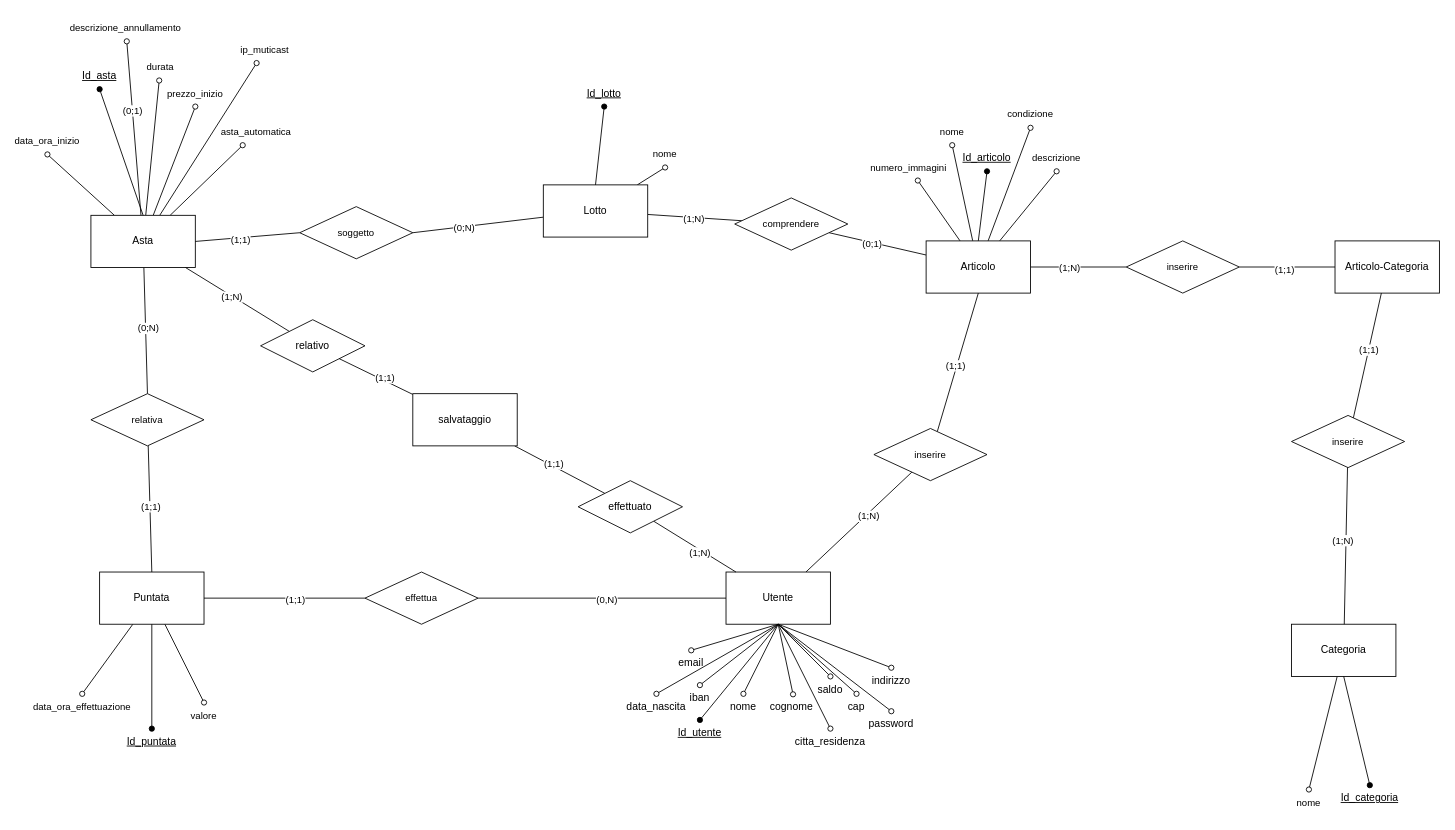
This is documenti/Schema_ER.drawio from Chaos-Rat/GAO, a draw.io file, before an edit. Source tidied: cells renumbered, new cells numbered last; positions are measured from the earlier drawing's top-left corner, leaving out a move shared by most shapes. Both pictures are drawn from the tidied source at 87%, with x=0, y=0 at pixel (21, 15).
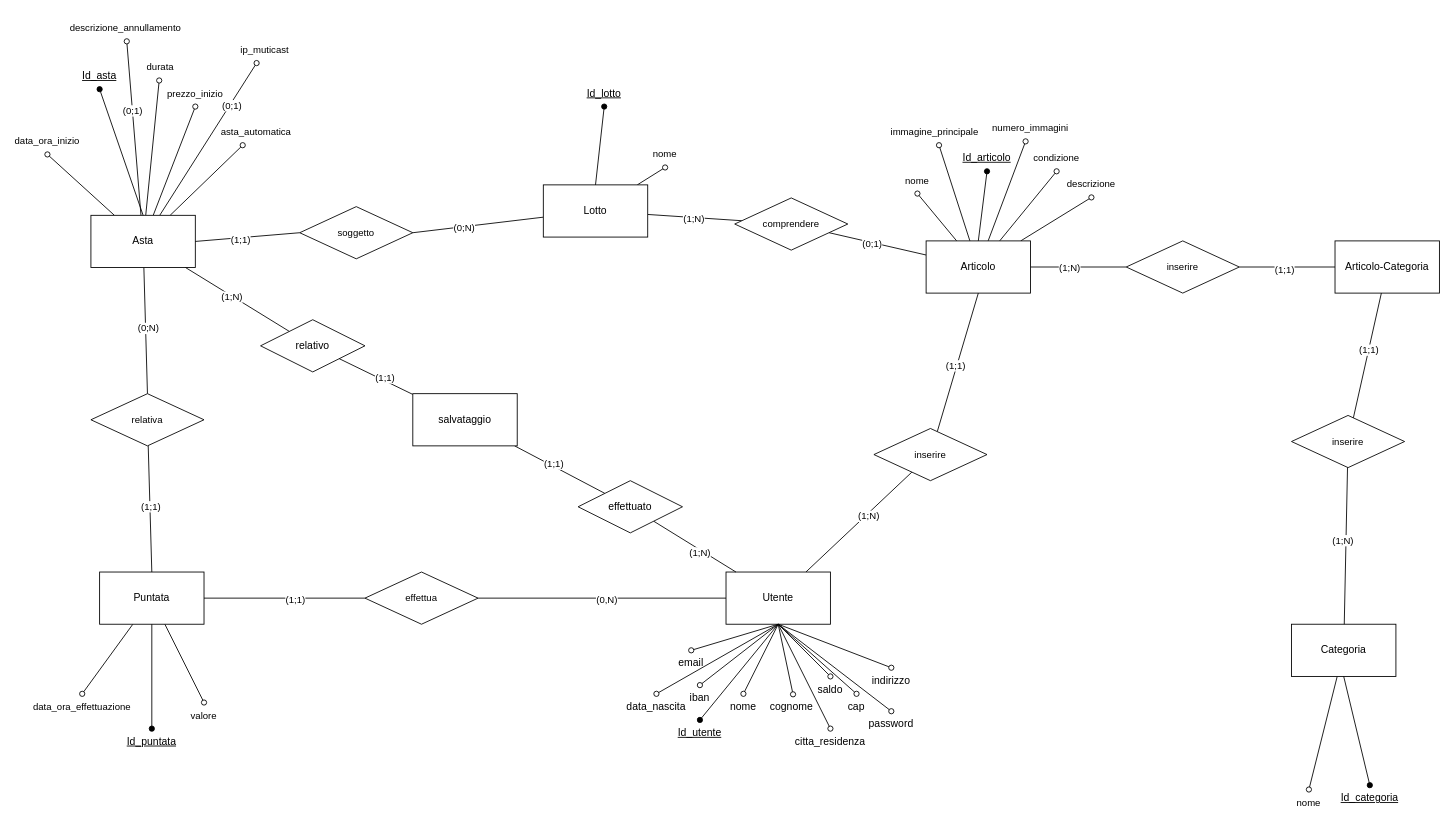
After the change.

Unchanged cells that the change refers to:
```xml
<mxCell id="22" value="Articolo" style="rounded=0;whiteSpace=wrap;html=1;" parent="1" vertex="1">
  <mxGeometry x="1040" y="259.4" width="120" height="60" as="geometry" />
</mxCell>
<mxCell id="32" style="edgeStyle=none;rounded=0;jettySize=auto;html=1;strokeColor=default;align=center;verticalAlign=middle;fontFamily=Helvetica;fontSize=11;fontColor=default;labelBackgroundColor=default;endArrow=oval;endFill=0;" parent="1" edge="1" source="35" target="102">
  <mxGeometry relative="1" as="geometry" />
</mxCell>
```

What changed in the source:
```diff
@@
+    <mxCell id="116" style="rounded=0;jettySize=auto;html=1;endArrow=oval;endFill=0;" parent="1" edge="1" source="22" target="118">
+      <mxGeometry relative="1" as="geometry" />
+    </mxCell>
@@
+    <mxCell id="117" value="(0;1)" style="edgeLabel;html=1;align=center;verticalAlign=middle;" parent="32" vertex="1">
+      <mxGeometry x="0.46" y="-2" relative="1" as="geometry" />
+    </mxCell>
@@
     <mxCell id="70" value="nome" style="text;html=1;align=center;verticalAlign=middle;whiteSpace=wrap;rounded=0;fontFamily=Helvetica;fontSize=11;fontColor=default;labelBackgroundColor=default;" parent="1" vertex="1">
-      <mxGeometry x="1040" y="119.4" width="60" height="30" as="geometry" />
+      <mxGeometry x="1000" y="175" width="60" height="30" as="geometry" />
     </mxCell>
     <mxCell id="71" value="condizione" style="text;html=1;align=center;verticalAlign=middle;whiteSpace=wrap;rounded=0;fontFamily=Helvetica;fontSize=11;fontColor=default;labelBackgroundColor=default;" parent="1" vertex="1">
-      <mxGeometry x="1130" y="99.4" width="60" height="30" as="geometry" />
+      <mxGeometry x="1160" y="149.4" width="60" height="30" as="geometry" />
     </mxCell>
     <mxCell id="72" value="descrizione" style="text;html=1;align=center;verticalAlign=middle;whiteSpace=wrap;rounded=0;fontFamily=Helvetica;fontSize=11;fontColor=default;labelBackgroundColor=default;" parent="1" vertex="1">
-      <mxGeometry x="1160" y="149.4" width="60" height="30" as="geometry" />
+      <mxGeometry x="1200" y="179.4" width="60" height="30" as="geometry" />
     </mxCell>
@@
     <mxCell id="115" value="numero_immagini" style="text;html=1;align=center;verticalAlign=middle;whiteSpace=wrap;rounded=0;fontFamily=Helvetica;fontSize=11;fontColor=default;labelBackgroundColor=default;" parent="1" vertex="1">
-      <mxGeometry x="990" y="160" width="60" height="30" as="geometry" />
+      <mxGeometry x="1130" y="115" width="60" height="30" as="geometry" />
     </mxCell>
+    <mxCell id="118" value="immagine_principale" style="text;html=1;align=center;verticalAlign=middle;whiteSpace=wrap;rounded=0;fontFamily=Helvetica;fontSize=11;fontColor=default;labelBackgroundColor=default;" parent="1" vertex="1">
+      <mxGeometry x="1020" y="119.4" width="60" height="30" as="geometry" />
+    </mxCell>
```
